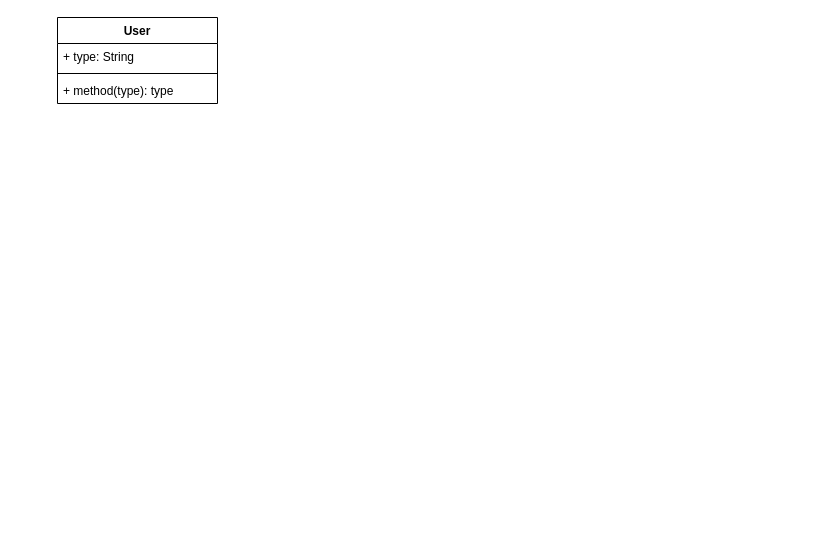
mudassirshahzad/retail-service keeps this draw.io diagram as RetailServiceClassDigram.drawio. Above is the earlier version. Source tidied: cells renumbered, new cells numbered last; positions are measured from the earlier drawing's top-left corner, leaving out a move shared by most shapes. Both pictures are drawn from the tidied source at 100%, with x=0, y=0 at pixel (57, 17).
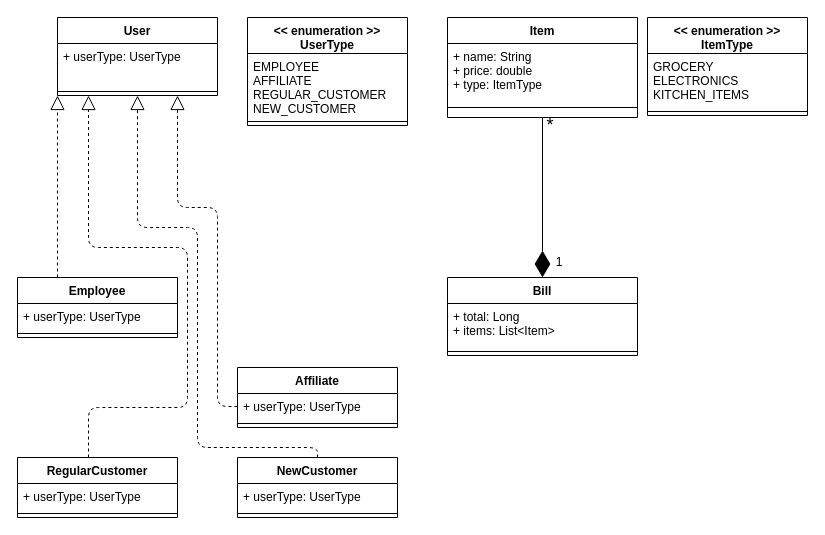
The same page after the edit.

Change to the diagram source:
```diff
@@
     <mxCell id="2" value="User" style="swimlane;fontStyle=1;align=center;verticalAlign=top;horizontal=1;startSize=26;" parent="1" vertex="1">
-      <mxGeometry width="160" height="86" as="geometry" />
+      <mxGeometry width="160" height="78" as="geometry" />
     </mxCell>
-    <mxCell id="3" value="+ type: String" style="text;strokeColor=none;fillColor=none;align=left;verticalAlign=top;spacingLeft=4;spacingRight=4;overflow=hidden;" parent="2" vertex="1">
-      <mxGeometry y="26" width="160" height="26" as="geometry" />
+    <mxCell id="3" value="+ userType: UserType" style="text;strokeColor=none;fillColor=none;align=left;verticalAlign=top;spacingLeft=4;spacingRight=4;overflow=hidden;" parent="2" vertex="1">
+      <mxGeometry y="26" width="160" height="44" as="geometry" />
     </mxCell>
     <mxCell id="4" style="line;strokeWidth=1;fillColor=none;align=left;verticalAlign=middle;spacingTop=-1;spacingLeft=3;spacingRight=3;labelPosition=right;points=[];portConstraint=eastwest;" parent="2" vertex="1">
-      <mxGeometry y="52" width="160" height="8" as="geometry" />
+      <mxGeometry y="70" width="160" height="8" as="geometry" />
     </mxCell>
-    <mxCell id="5" value="+ method(type): type" style="text;strokeColor=none;fillColor=none;align=left;verticalAlign=top;spacingLeft=4;spacingRight=4;overflow=hidden;" parent="2" vertex="1">
-      <mxGeometry y="60" width="160" height="26" as="geometry" />
-    </mxCell>
+    <mxCell id="6" value="Employee" style="swimlane;fontStyle=1;align=center;verticalAlign=top;horizontal=1;startSize=26;" parent="1" vertex="1">
+      <mxGeometry x="-40" y="260" width="160" height="60" as="geometry" />
+    </mxCell>
+    <mxCell id="7" value="+ userType: UserType" style="text;strokeColor=none;fillColor=none;align=left;verticalAlign=top;spacingLeft=4;spacingRight=4;overflow=hidden;" parent="6" vertex="1">
+      <mxGeometry y="26" width="160" height="26" as="geometry" />
+    </mxCell>
+    <mxCell id="8" style="line;strokeWidth=1;fillColor=none;align=left;verticalAlign=middle;spacingTop=-1;spacingLeft=3;spacingRight=3;labelPosition=right;" parent="6" vertex="1">
+      <mxGeometry y="52" width="160" height="8" as="geometry" />
+    </mxCell>
+    <mxCell id="9" value="Affiliate" style="swimlane;fontStyle=1;align=center;verticalAlign=top;horizontal=1;startSize=26;" parent="1" vertex="1">
+      <mxGeometry x="180" y="350" width="160" height="60" as="geometry" />
+    </mxCell>
+    <mxCell id="10" value="+ userType: UserType" style="text;strokeColor=none;fillColor=none;align=left;verticalAlign=top;spacingLeft=4;spacingRight=4;overflow=hidden;points=[[0,0.5],[1,0.5]];portConstraint=eastwest;" parent="9" vertex="1">
+      <mxGeometry y="26" width="160" height="26" as="geometry" />
+    </mxCell>
+    <mxCell id="11" style="line;strokeWidth=1;fillColor=none;align=left;verticalAlign=middle;spacingTop=-1;spacingLeft=3;spacingRight=3;labelPosition=right;" parent="9" vertex="1">
+      <mxGeometry y="52" width="160" height="8" as="geometry" />
+    </mxCell>
+    <mxCell id="12" style="endArrow=block;dashed=1;endFill=0;endSize=12;html=1;exitX=0.25;exitY=0;exitDx=0;exitDy=0;entryX=0;entryY=1;entryDx=0;entryDy=0;" parent="1" edge="1" source="6" target="2">
+      <mxGeometry relative="1" as="geometry" />
+    </mxCell>
+    <mxCell id="13" value="Bill" style="swimlane;fontStyle=1;align=center;verticalAlign=top;horizontal=1;startSize=26;" parent="1" vertex="1">
+      <mxGeometry x="390" y="260" width="190" height="78" as="geometry" />
+    </mxCell>
+    <mxCell id="14" value="+ total: Long&#10;+ items: List&lt;Item&gt;" style="text;strokeColor=none;fillColor=none;align=left;verticalAlign=top;spacingLeft=4;spacingRight=4;overflow=hidden;" parent="13" vertex="1">
+      <mxGeometry y="26" width="190" height="44" as="geometry" />
+    </mxCell>
+    <mxCell id="15" style="line;strokeWidth=1;fillColor=none;align=left;verticalAlign=middle;spacingTop=-1;spacingLeft=3;spacingRight=3;labelPosition=right;" parent="13" vertex="1">
+      <mxGeometry y="70" width="190" height="8" as="geometry" />
+    </mxCell>
+    <mxCell id="16" value="Item" style="swimlane;fontStyle=1;align=center;verticalAlign=top;horizontal=1;startSize=26;" parent="1" vertex="1">
+      <mxGeometry x="390" width="190" height="100" as="geometry" />
+    </mxCell>
+    <mxCell id="17" value="+ name: String&#10;+ price: double&#10;+ type: ItemType" style="text;strokeColor=none;fillColor=none;align=left;verticalAlign=top;spacingLeft=4;spacingRight=4;overflow=hidden;" parent="16" vertex="1">
+      <mxGeometry y="26" width="190" height="54" as="geometry" />
+    </mxCell>
+    <mxCell id="18" style="line;strokeWidth=1;fillColor=none;align=left;verticalAlign=middle;spacingTop=-1;spacingLeft=3;spacingRight=3;labelPosition=right;" parent="16" vertex="1">
+      <mxGeometry y="80" width="190" height="20" as="geometry" />
+    </mxCell>
+    <mxCell id="19" value="&lt;&lt; enumeration &gt;&gt;&#10;UserType" style="swimlane;fontStyle=1;align=center;verticalAlign=top;horizontal=1;startSize=36;" parent="1" vertex="1">
+      <mxGeometry x="190" width="160" height="108" as="geometry" />
+    </mxCell>
+    <mxCell id="20" value="EMPLOYEE&#10;AFFILIATE&#10;REGULAR_CUSTOMER&#10;NEW_CUSTOMER" style="text;strokeColor=none;fillColor=none;align=left;verticalAlign=top;spacingLeft=4;spacingRight=4;overflow=hidden;" parent="19" vertex="1">
+      <mxGeometry y="36" width="160" height="64" as="geometry" />
+    </mxCell>
+    <mxCell id="21" style="line;strokeWidth=1;fillColor=none;align=left;verticalAlign=middle;spacingTop=-1;spacingLeft=3;spacingRight=3;labelPosition=right;" parent="19" vertex="1">
+      <mxGeometry y="100" width="160" height="8" as="geometry" />
+    </mxCell>
+    <mxCell id="22" value="RegularCustomer" style="swimlane;fontStyle=1;align=center;verticalAlign=top;horizontal=1;startSize=26;" parent="1" vertex="1">
+      <mxGeometry x="-40" y="440" width="160" height="60" as="geometry" />
+    </mxCell>
+    <mxCell id="23" value="+ userType: UserType" style="text;strokeColor=none;fillColor=none;align=left;verticalAlign=top;spacingLeft=4;spacingRight=4;overflow=hidden;" parent="22" vertex="1">
+      <mxGeometry y="26" width="160" height="26" as="geometry" />
+    </mxCell>
+    <mxCell id="24" style="line;strokeWidth=1;fillColor=none;align=left;verticalAlign=middle;spacingTop=-1;spacingLeft=3;spacingRight=3;labelPosition=right;" parent="22" vertex="1">
+      <mxGeometry y="52" width="160" height="8" as="geometry" />
+    </mxCell>
+    <mxCell id="25" value="NewCustomer" style="swimlane;fontStyle=1;align=center;verticalAlign=top;horizontal=1;startSize=26;" parent="1" vertex="1">
+      <mxGeometry x="180" y="440" width="160" height="60" as="geometry" />
+    </mxCell>
+    <mxCell id="26" value="+ userType: UserType" style="text;strokeColor=none;fillColor=none;align=left;verticalAlign=top;spacingLeft=4;spacingRight=4;overflow=hidden;" parent="25" vertex="1">
+      <mxGeometry y="26" width="160" height="26" as="geometry" />
+    </mxCell>
+    <mxCell id="27" style="line;strokeWidth=1;fillColor=none;align=left;verticalAlign=middle;spacingTop=-1;spacingLeft=3;spacingRight=3;labelPosition=right;" parent="25" vertex="1">
+      <mxGeometry y="52" width="160" height="8" as="geometry" />
+    </mxCell>
+    <mxCell id="28" style="endArrow=block;dashed=1;endFill=0;endSize=12;html=1;exitX=0.444;exitY=0;exitDx=0;exitDy=0;entryX=0.194;entryY=1;entryDx=0;entryDy=0;exitPerimeter=0;entryPerimeter=0;" parent="1" edge="1" source="22" target="4">
+      <mxGeometry relative="1" as="geometry">
+        <Array as="points">
+          <mxPoint x="31" y="390" />
+          <mxPoint x="130" y="390" />
+          <mxPoint x="130" y="230" />
+          <mxPoint x="31" y="230" />
+        </Array>
+      </mxGeometry>
+    </mxCell>
+    <mxCell id="29" style="endArrow=block;dashed=1;endFill=0;endSize=12;html=1;exitX=0.5;exitY=0;exitDx=0;exitDy=0;entryX=0.5;entryY=1;entryDx=0;entryDy=0;" parent="1" edge="1" source="25" target="2">
+      <mxGeometry relative="1" as="geometry">
+        <Array as="points">
+          <mxPoint x="260" y="430" />
+          <mxPoint x="140" y="430" />
+          <mxPoint x="140" y="210" />
+          <mxPoint x="80" y="210" />
+        </Array>
+      </mxGeometry>
+    </mxCell>
+    <mxCell id="30" style="endArrow=block;dashed=1;endFill=0;endSize=12;html=1;exitX=0;exitY=0.5;exitDx=0;exitDy=0;entryX=0.75;entryY=1;entryDx=0;entryDy=0;" parent="1" edge="1" source="10" target="2">
+      <mxGeometry relative="1" as="geometry">
+        <Array as="points">
+          <mxPoint x="160" y="389" />
+          <mxPoint x="160" y="190" />
+          <mxPoint x="120" y="190" />
+        </Array>
+      </mxGeometry>
+    </mxCell>
+    <mxCell id="31" style="endArrow=diamondThin;endFill=1;endSize=24;html=1;entryX=0.5;entryY=0;entryDx=0;entryDy=0;exitX=0.5;exitY=1;exitDx=0;exitDy=0;" parent="1" edge="1" source="16" target="13">
+      <mxGeometry relative="1" as="geometry" />
+    </mxCell>
+    <mxCell id="32" value="&lt;font style=&quot;font-size: 18px&quot;&gt;*&lt;/font&gt;" style="text;html=1;strokeColor=none;fillColor=none;align=center;verticalAlign=middle;whiteSpace=wrap;rounded=0;" parent="1" vertex="1">
+      <mxGeometry x="483" y="103" width="20" height="10" as="geometry" />
+    </mxCell>
+    <mxCell id="33" value="1" style="text;html=1;strokeColor=none;fillColor=none;align=center;verticalAlign=middle;whiteSpace=wrap;rounded=0;" parent="1" vertex="1">
+      <mxGeometry x="492" y="240" width="20" height="10" as="geometry" />
+    </mxCell>
+    <mxCell id="34" value="&lt;&lt; enumeration &gt;&gt;&#10;ItemType" style="swimlane;fontStyle=1;align=center;verticalAlign=top;horizontal=1;startSize=36;" parent="1" vertex="1">
+      <mxGeometry x="590" width="160" height="98" as="geometry" />
+    </mxCell>
+    <mxCell id="35" value="GROCERY&#10;ELECTRONICS&#10;KITCHEN_ITEMS" style="text;strokeColor=none;fillColor=none;align=left;verticalAlign=top;spacingLeft=4;spacingRight=4;overflow=hidden;" parent="34" vertex="1">
+      <mxGeometry y="36" width="160" height="54" as="geometry" />
+    </mxCell>
+    <mxCell id="36" style="line;strokeWidth=1;fillColor=none;align=left;verticalAlign=middle;spacingTop=-1;spacingLeft=3;spacingRight=3;labelPosition=right;" parent="34" vertex="1">
+      <mxGeometry y="90" width="160" height="8" as="geometry" />
+    </mxCell>
```
